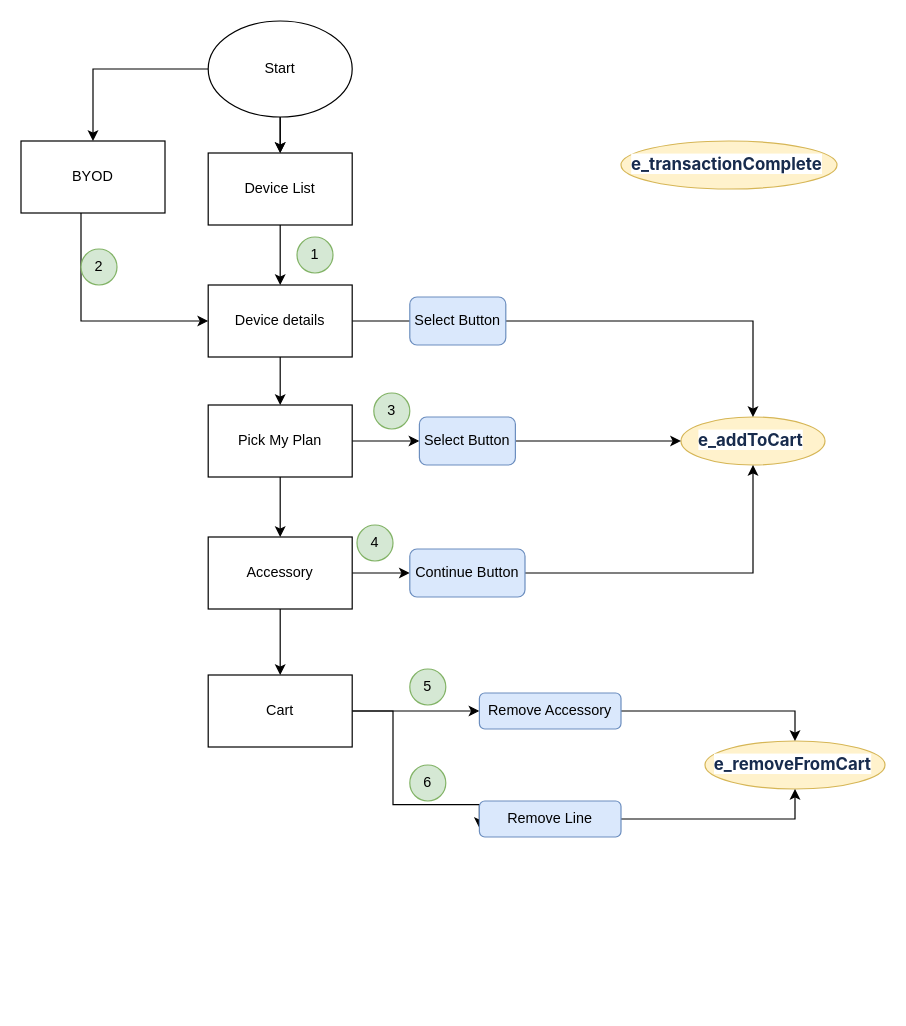
Before: USCC-20079.drawio in PratikBali/flowchart, a draw.io diagram. Source tidied: cells renumbered, new cells numbered last; positions are measured from the earlier drawing's top-left corner, leaving out a move shared by most shapes. Both pictures are drawn from the tidied source at 120%, with x=0, y=0 at pixel (20, 20).
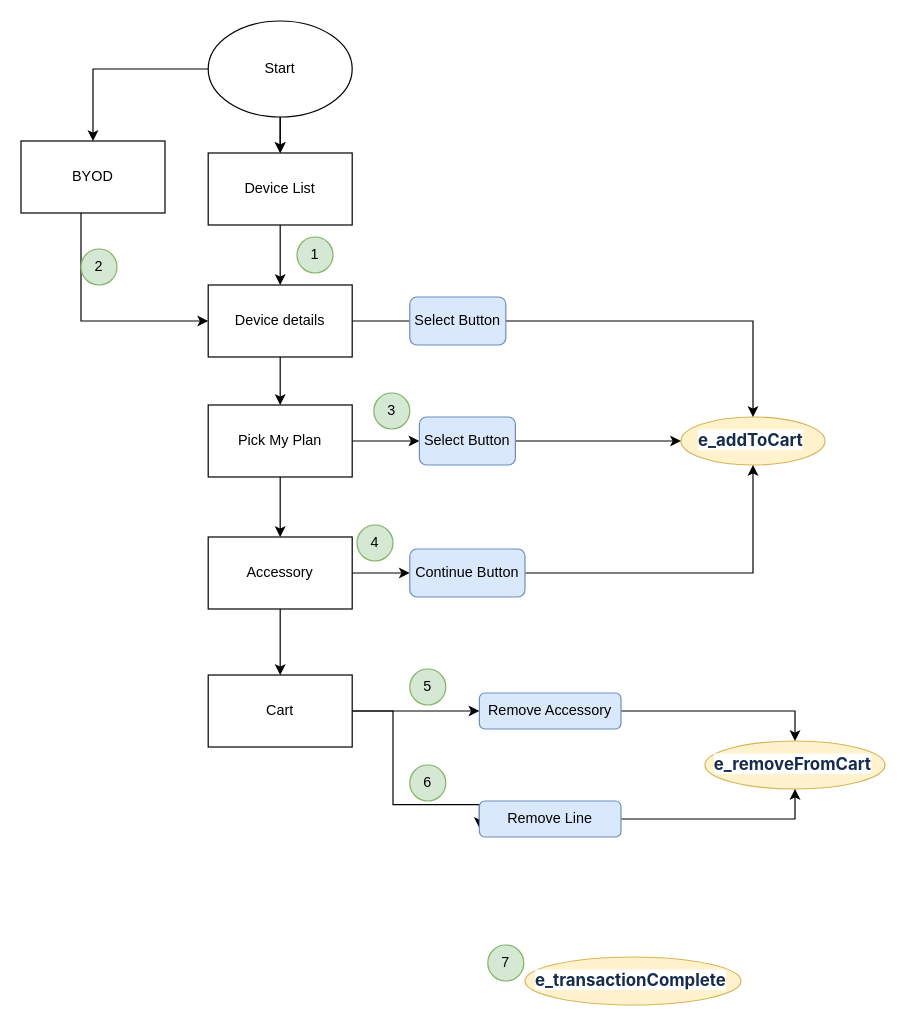
After the change.

The edit, as a diff of the source:
```diff
@@
     <mxCell id="8" value="&lt;b style=&quot;color: rgb(23, 43, 77); font-family: -apple-system, BlinkMacSystemFont, &amp;quot;Segoe UI&amp;quot;, Roboto, Oxygen, Ubuntu, &amp;quot;Fira Sans&amp;quot;, &amp;quot;Droid Sans&amp;quot;, &amp;quot;Helvetica Neue&amp;quot;, sans-serif; font-size: 14px; text-align: left; background-color: rgb(255, 255, 255);&quot;&gt;e_transactionComplete&lt;/b&gt;&amp;nbsp;" style="ellipse;whiteSpace=wrap;html=1;fillColor=#fff2cc;strokeColor=#d6b656;" parent="1" vertex="1">
-      <mxGeometry x="500" y="100" width="180" height="40" as="geometry" />
+      <mxGeometry x="420" y="780" width="180" height="40" as="geometry" />
     </mxCell>
@@
+    <mxCell id="41" value="7" style="ellipse;whiteSpace=wrap;html=1;fillColor=#d5e8d4;strokeColor=#82b366;" parent="1" vertex="1">
+      <mxGeometry x="389" y="770" width="30" height="30" as="geometry" />
+    </mxCell>
```
